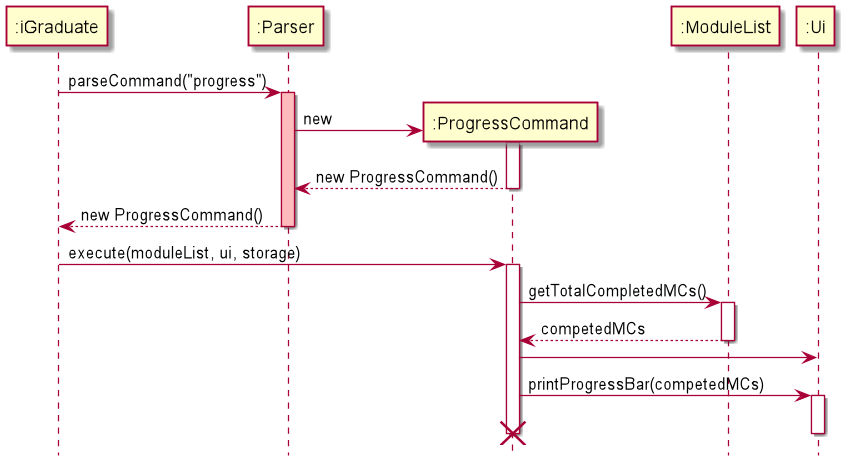
Earlier version of the PlantUML export docs/images/ProgressSequenceDiagram.png (oscarlai1998/tp).
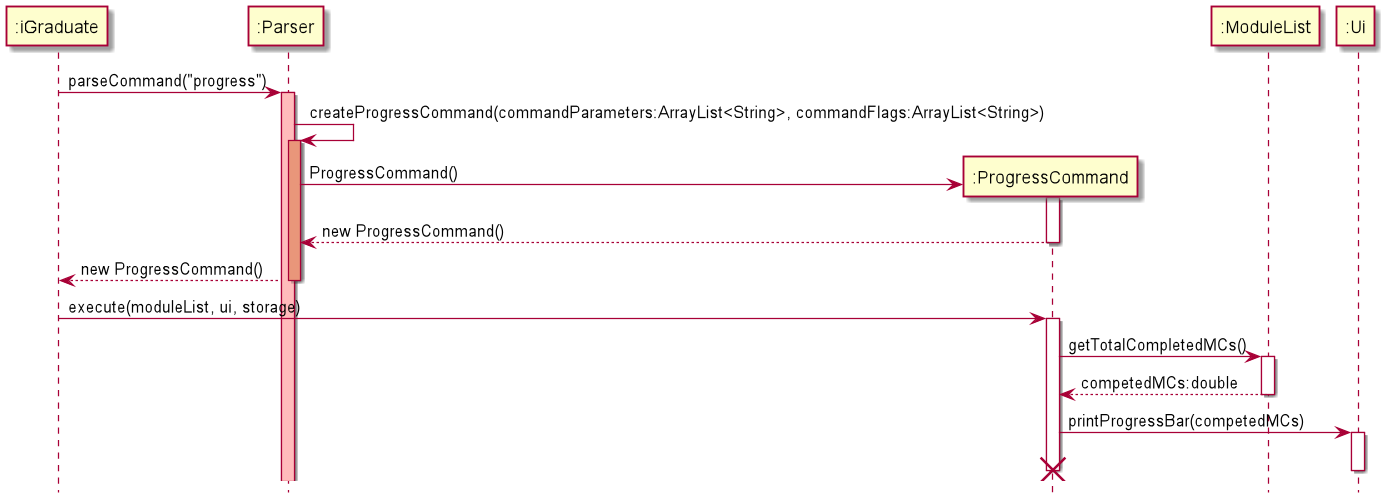
After the commit.

Change to the diagram source:
```diff
@@ -10,8 +10,11 @@
 iGraduate -> Parser: parseCommand("progress")
 activate Parser #FFBBBB
 
+Parser -> Parser: createProgressCommand(commandParameters:ArrayList<String>, commandFlags:ArrayList<String>)
+activate Parser #DarkSalmon
+
 create ProgressCommand
-Parser -> ProgressCommand: new
+Parser -> ProgressCommand: ProgressCommand()
 activate ProgressCommand
 ProgressCommand --> Parser: new ProgressCommand()
 deactivate ProgressCommand
@@ -24,10 +27,9 @@
 
 ProgressCommand -> ModuleList: getTotalCompletedMCs()
 activate ModuleList
-ModuleList --> ProgressCommand: competedMCs
+ModuleList --> ProgressCommand: competedMCs:double
 deactivate ModuleList
 
-ProgressCommand -> Ui
 ProgressCommand -> Ui: printProgressBar(competedMCs)
 activate Ui
 deactivate Ui
```
